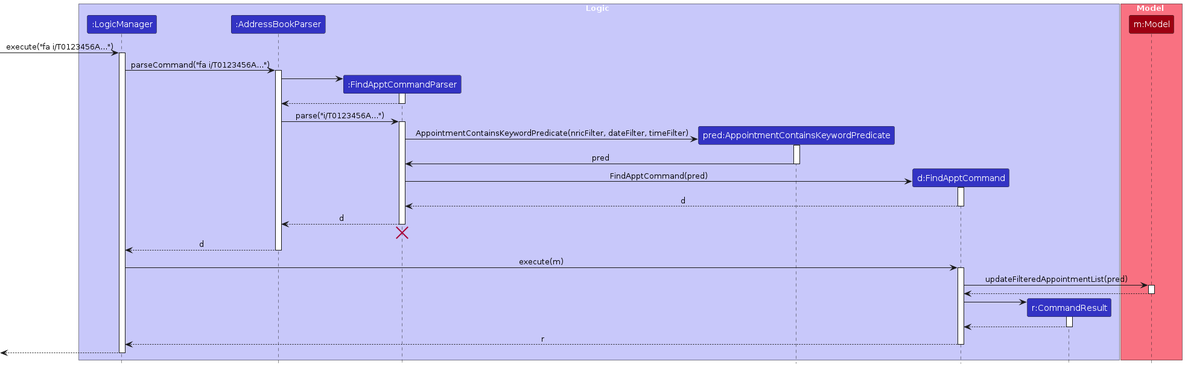
Earlier version of the PlantUML export diagrams/FindApptSequenceDiagram.png (AY2324S2-CS2103T-F10-3/tp). Its source is kept beside it as diagrams/FindApptSequenceDiagram.puml.
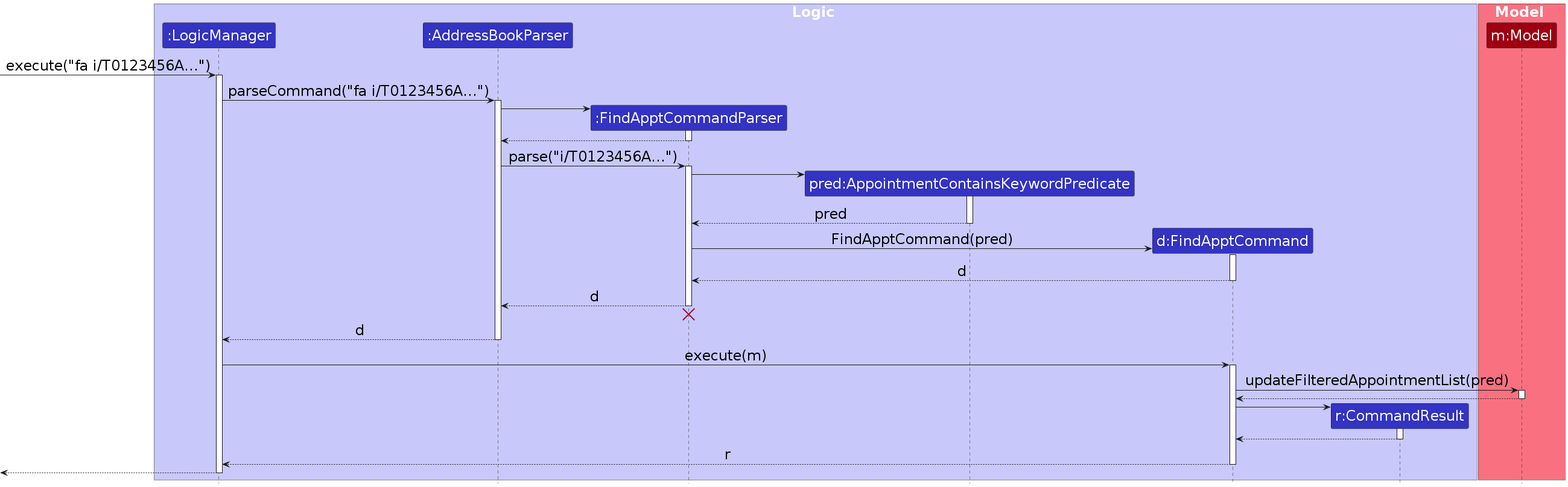
Later version of the same file.

Change to the diagram source:
```diff
@@ -1,6 +1,7 @@
 @startuml
 !include style.puml
 skinparam ArrowFontStyle plain
+skinparam defaultFontSize 24
 
 box Logic LOGIC_COLOR_T1
 participant ":LogicManager" as LogicManager LOGIC_COLOR
@@ -32,9 +33,9 @@
 activate FindApptCommandParser
 
 create AppointmentContainsKeywordPredicate
-FindApptCommandParser -> AppointmentContainsKeywordPredicate: AppointmentContainsKeywordPredicate(nricFilter, dateFilter, timeFilter)
+FindApptCommandParser -> AppointmentContainsKeywordPredicate
 activate AppointmentContainsKeywordPredicate
-AppointmentContainsKeywordPredicate -> FindApptCommandParser : pred
+AppointmentContainsKeywordPredicate --> FindApptCommandParser : pred
 deactivate AppointmentContainsKeywordPredicate
 
 create FindApptCommand
```
